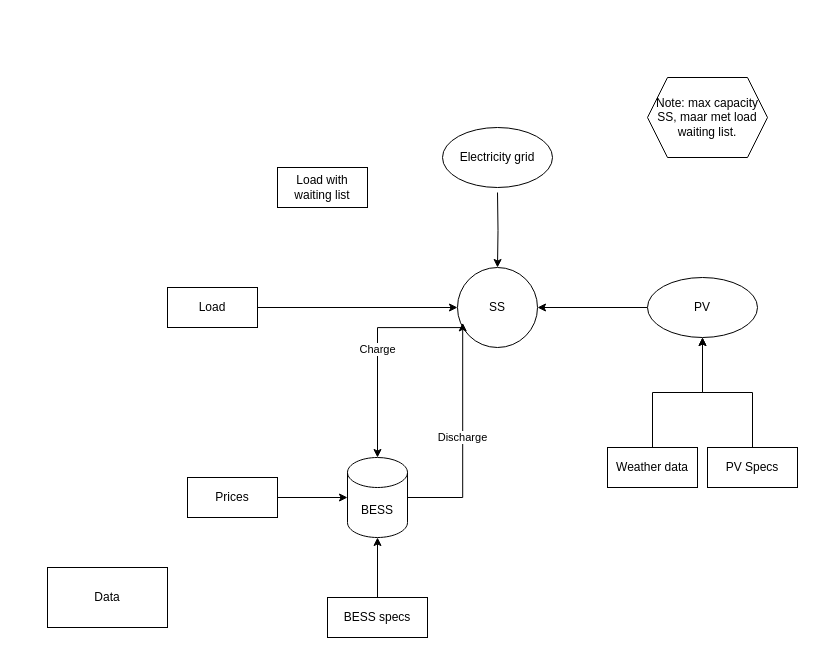
This is Network_NH.drawio from Tanneheemsbergen/pypsa-NL2025, a draw.io file, before an edit. Source tidied: cells renumbered, new cells numbered last; positions are measured from the earlier drawing's top-left corner, leaving out a move shared by most shapes. Both pictures are drawn from the tidied source at 100%, with x=0, y=0 at pixel (47, 77).
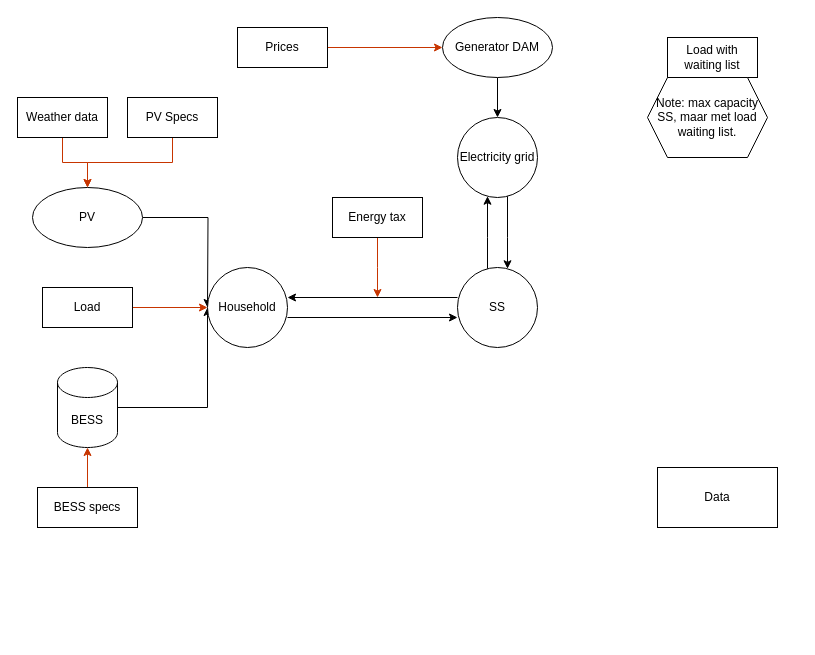
The same page after the edit.

Unchanged cells that the change refers to:
```xml
<mxCell id="5" value="SS" style="ellipse;whiteSpace=wrap;html=1;" parent="1" vertex="1">
  <mxGeometry x="410" y="190" width="80" height="80" as="geometry" />
</mxCell>
```

The edit, as a diff of the source:
```diff
@@
-    <mxCell id="2" style="edgeStyle=orthogonalEdgeStyle;rounded=0;jettySize=auto;html=1;" parent="1" edge="1" source="10" target="3">
+    <mxCell id="2" style="edgeStyle=orthogonalEdgeStyle;rounded=0;jettySize=auto;html=1;fillColor=#fa6800;strokeColor=#C73500;" parent="1" edge="1" source="10" target="3">
       <mxGeometry relative="1" as="geometry" />
     </mxCell>
+    <mxCell id="23" style="edgeStyle=orthogonalEdgeStyle;rounded=0;jettySize=auto;html=1;entryX=0;entryY=0.5;entryDx=0;entryDy=0;" parent="1" edge="1" source="3" target="33">
+      <mxGeometry relative="1" as="geometry">
+        <Array as="points">
+          <mxPoint x="160" y="330" />
+        </Array>
+      </mxGeometry>
+    </mxCell>
     <mxCell id="3" value="BESS" style="shape=cylinder3;whiteSpace=wrap;html=1;boundedLbl=1;backgroundOutline=1;size=15;" parent="1" vertex="1">
-      <mxGeometry x="300" y="380" width="60" height="80" as="geometry" />
+      <mxGeometry x="10" y="290" width="60" height="80" as="geometry" />
     </mxCell>
-    <mxCell id="4" value="Charge" style="edgeStyle=orthogonalEdgeStyle;rounded=0;jettySize=auto;html=1;entryX=0.5;entryY=0;entryDx=0;entryDy=0;entryPerimeter=0;exitX=0.063;exitY=0.751;exitDx=0;exitDy=0;exitPerimeter=0;" parent="1" edge="1" source="5" target="3">
-      <mxGeometry relative="1" as="geometry">
-        <Array as="points">
-          <mxPoint x="330" y="250" />
-        </Array>
-      </mxGeometry>
-    </mxCell>
+    <mxCell id="24" style="edgeStyle=orthogonalEdgeStyle;rounded=0;jettySize=auto;html=1;" parent="1" edge="1" source="5" target="31">
+      <mxGeometry relative="1" as="geometry">
+        <Array as="points">
+          <mxPoint x="440" y="160" />
+          <mxPoint x="440" y="160" />
+        </Array>
+      </mxGeometry>
+    </mxCell>
+    <mxCell id="25" style="edgeStyle=orthogonalEdgeStyle;rounded=0;orthogonalLoop=1;jettySize=auto;html=1;entryX=1;entryY=0.5;entryDx=0;entryDy=0;" parent="1" edge="1">
+      <mxGeometry relative="1" as="geometry">
+        <mxPoint x="240" y="240" as="sourcePoint" />
+        <mxPoint x="410" y="240" as="targetPoint" />
+      </mxGeometry>
+    </mxCell>
@@
-    <mxCell id="6" value="Discharge" style="edgeStyle=orthogonalEdgeStyle;rounded=0;jettySize=auto;html=1;entryX=0.065;entryY=0.692;entryDx=0;entryDy=0;entryPerimeter=0;" parent="1" edge="1" source="3" target="5">
-      <mxGeometry relative="1" as="geometry" />
-    </mxCell>
-    <mxCell id="7" style="edgeStyle=orthogonalEdgeStyle;rounded=0;jettySize=auto;html=1;exitX=1;exitY=0.5;exitDx=0;exitDy=0;" parent="1" edge="1" source="8" target="5">
-      <mxGeometry relative="1" as="geometry" />
-    </mxCell>
+    <mxCell id="26" style="edgeStyle=orthogonalEdgeStyle;rounded=0;jettySize=auto;html=1;entryX=0;entryY=0.5;entryDx=0;entryDy=0;fillColor=#fa6800;strokeColor=#C73500;" parent="1" edge="1" source="8" target="33">
+      <mxGeometry relative="1" as="geometry" />
+    </mxCell>
     <mxCell id="8" value="Load" style="whiteSpace=wrap;html=1;" parent="1" vertex="1">
-      <mxGeometry x="120" y="210" width="90" height="40" as="geometry" />
+      <mxGeometry x="-5" y="210" width="90" height="40" as="geometry" />
     </mxCell>
     <mxCell id="9" value="Data" style="rounded=0;whiteSpace=wrap;html=1;" parent="1" vertex="1">
-      <mxGeometry y="490" width="120" height="60" as="geometry" />
+      <mxGeometry x="610" y="390" width="120" height="60" as="geometry" />
     </mxCell>
     <mxCell id="10" value="BESS specs" style="whiteSpace=wrap;html=1;" parent="1" vertex="1">
-      <mxGeometry x="280" y="520" width="100" height="40" as="geometry" />
+      <mxGeometry x="-10" y="410" width="100" height="40" as="geometry" />
     </mxCell>
-    <mxCell id="11" style="edgeStyle=orthogonalEdgeStyle;rounded=0;jettySize=auto;html=1;" parent="1" edge="1" target="5">
-      <mxGeometry relative="1" as="geometry">
-        <mxPoint x="450" y="115" as="sourcePoint" />
-      </mxGeometry>
-    </mxCell>
+    <mxCell id="27" style="edgeStyle=orthogonalEdgeStyle;rounded=0;jettySize=auto;html=1;" parent="1" edge="1" source="12" target="31">
+      <mxGeometry relative="1" as="geometry" />
+    </mxCell>
-    <mxCell id="12" value="Electricity grid" style="ellipse;whiteSpace=wrap;html=1;" parent="1" vertex="1">
-      <mxGeometry x="395" y="50" width="110" height="60" as="geometry" />
+    <mxCell id="12" value="Generator DAM" style="ellipse;whiteSpace=wrap;html=1;" parent="1" vertex="1">
+      <mxGeometry x="395" y="-60" width="110" height="60" as="geometry" />
     </mxCell>
-    <mxCell id="13" style="edgeStyle=orthogonalEdgeStyle;rounded=0;jettySize=auto;html=1;" parent="1" edge="1" source="14" target="5">
-      <mxGeometry relative="1" as="geometry" />
-    </mxCell>
+    <mxCell id="28" style="edgeStyle=orthogonalEdgeStyle;rounded=0;jettySize=auto;html=1;" parent="1" edge="1" source="14">
+      <mxGeometry relative="1" as="geometry">
+        <mxPoint x="160" y="230" as="targetPoint" />
+      </mxGeometry>
+    </mxCell>
     <mxCell id="14" value="PV" style="ellipse;whiteSpace=wrap;html=1;" parent="1" vertex="1">
-      <mxGeometry x="600" y="200" width="110" height="60" as="geometry" />
+      <mxGeometry x="-15" y="110" width="110" height="60" as="geometry" />
     </mxCell>
-    <mxCell id="15" style="edgeStyle=orthogonalEdgeStyle;rounded=0;jettySize=auto;html=1;entryX=0.5;entryY=1;entryDx=0;entryDy=0;" parent="1" edge="1" source="16" target="14">
+    <mxCell id="15" style="edgeStyle=orthogonalEdgeStyle;rounded=0;jettySize=auto;html=1;fillColor=#fa6800;strokeColor=#C73500;" parent="1" edge="1" source="16" target="14">
       <mxGeometry relative="1" as="geometry" />
     </mxCell>
     <mxCell id="16" value="Weather data" style="whiteSpace=wrap;html=1;" parent="1" vertex="1">
-      <mxGeometry x="560" y="370" width="90" height="40" as="geometry" />
+      <mxGeometry x="-30" y="20" width="90" height="40" as="geometry" />
     </mxCell>
-    <mxCell id="17" style="edgeStyle=orthogonalEdgeStyle;rounded=0;jettySize=auto;html=1;" parent="1" edge="1" source="18" target="14">
+    <mxCell id="17" style="edgeStyle=orthogonalEdgeStyle;rounded=0;jettySize=auto;html=1;entryX=0.5;entryY=0;entryDx=0;entryDy=0;fillColor=#fa6800;strokeColor=#C73500;" parent="1" edge="1" source="18" target="14">
       <mxGeometry relative="1" as="geometry" />
     </mxCell>
     <mxCell id="18" value="PV Specs" style="whiteSpace=wrap;html=1;" parent="1" vertex="1">
-      <mxGeometry x="660" y="370" width="90" height="40" as="geometry" />
+      <mxGeometry x="80" y="20" width="90" height="40" as="geometry" />
     </mxCell>
-    <mxCell id="19" style="edgeStyle=orthogonalEdgeStyle;rounded=0;jettySize=auto;html=1;" parent="1" edge="1" source="20" target="3">
-      <mxGeometry relative="1" as="geometry" />
-    </mxCell>
+    <mxCell id="29" style="edgeStyle=orthogonalEdgeStyle;rounded=0;jettySize=auto;html=1;fillColor=#fa6800;strokeColor=#C73500;" parent="1" edge="1" source="20" target="12">
+      <mxGeometry relative="1" as="geometry" />
+    </mxCell>
     <mxCell id="20" value="Prices" style="whiteSpace=wrap;html=1;" parent="1" vertex="1">
-      <mxGeometry x="140" y="400" width="90" height="40" as="geometry" />
+      <mxGeometry x="190" y="-50" width="90" height="40" as="geometry" />
     </mxCell>
     <mxCell id="21" value="Load with waiting list" style="whiteSpace=wrap;html=1;" parent="1" vertex="1">
-      <mxGeometry x="230" y="90" width="90" height="40" as="geometry" />
+      <mxGeometry x="620" y="-40" width="90" height="40" as="geometry" />
     </mxCell>
@@
+    <mxCell id="30" style="edgeStyle=orthogonalEdgeStyle;rounded=0;jettySize=auto;html=1;" parent="1" edge="1" source="31" target="5">
+      <mxGeometry relative="1" as="geometry">
+        <Array as="points">
+          <mxPoint x="460" y="160" />
+          <mxPoint x="460" y="160" />
+        </Array>
+      </mxGeometry>
+    </mxCell>
+    <mxCell id="31" value="Electricity grid" style="ellipse;whiteSpace=wrap;html=1;" parent="1" vertex="1">
+      <mxGeometry x="410" y="40" width="80" height="80" as="geometry" />
+    </mxCell>
+    <mxCell id="32" style="edgeStyle=orthogonalEdgeStyle;rounded=0;orthogonalLoop=1;jettySize=auto;html=1;entryX=0;entryY=0.5;entryDx=0;entryDy=0;" parent="1" edge="1">
+      <mxGeometry relative="1" as="geometry">
+        <mxPoint x="410" y="220" as="sourcePoint" />
+        <mxPoint x="240" y="220" as="targetPoint" />
+      </mxGeometry>
+    </mxCell>
+    <mxCell id="33" value="Household" style="ellipse;whiteSpace=wrap;html=1;" parent="1" vertex="1">
+      <mxGeometry x="160" y="190" width="80" height="80" as="geometry" />
+    </mxCell>
+    <mxCell id="34" style="edgeStyle=orthogonalEdgeStyle;rounded=0;jettySize=auto;html=1;fillColor=#fa6800;strokeColor=#C73500;" parent="1" edge="1" source="35">
+      <mxGeometry relative="1" as="geometry">
+        <mxPoint x="330" y="220" as="targetPoint" />
+      </mxGeometry>
+    </mxCell>
+    <mxCell id="35" value="Energy tax" style="whiteSpace=wrap;html=1;" parent="1" vertex="1">
+      <mxGeometry x="285" y="120" width="90" height="40" as="geometry" />
+    </mxCell>
```
